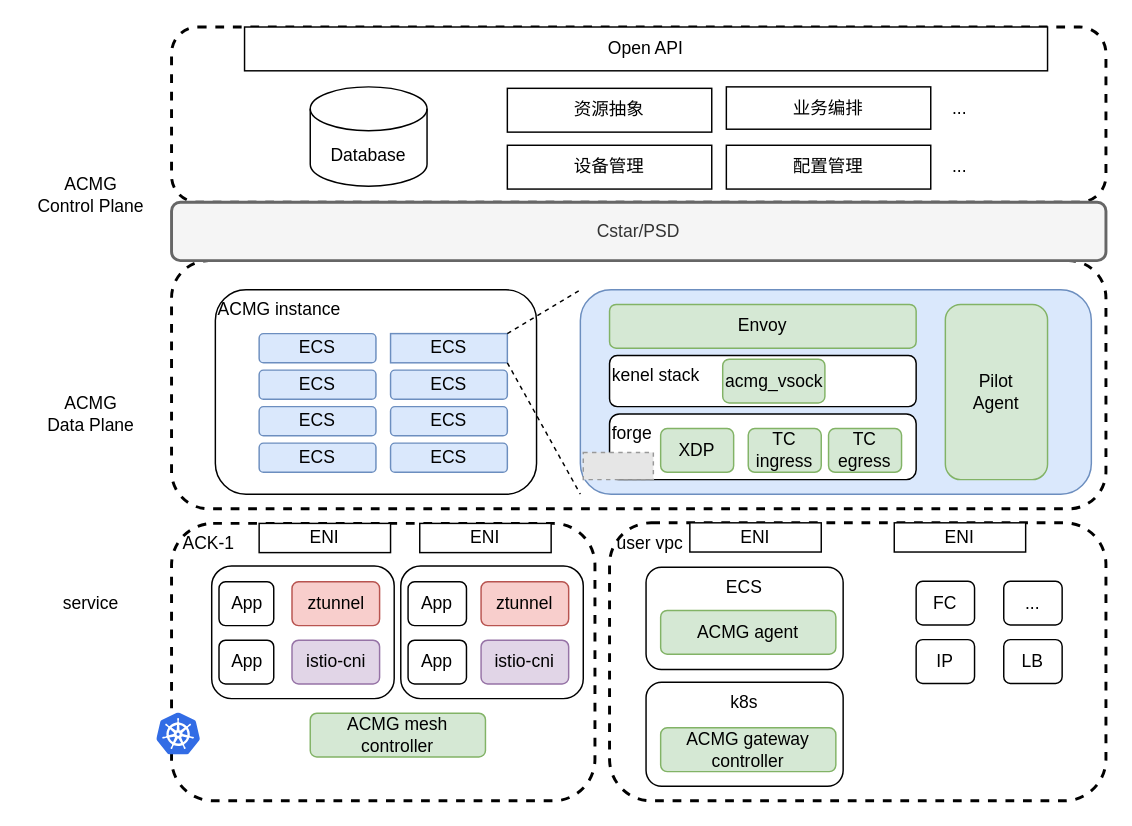
This is acmg 3.0 all.drawio from LuyaoZhong/Figures, a draw.io file, before an edit. Source tidied: cells renumbered, new cells numbered last; positions are measured from the earlier drawing's top-left corner, leaving out a move shared by most shapes. Both pictures are drawn from the tidied source at 146%, with x=0, y=0 at pixel (25, 26). Pictures stored in the file or linked from it are replaced by grey dashed boxes.
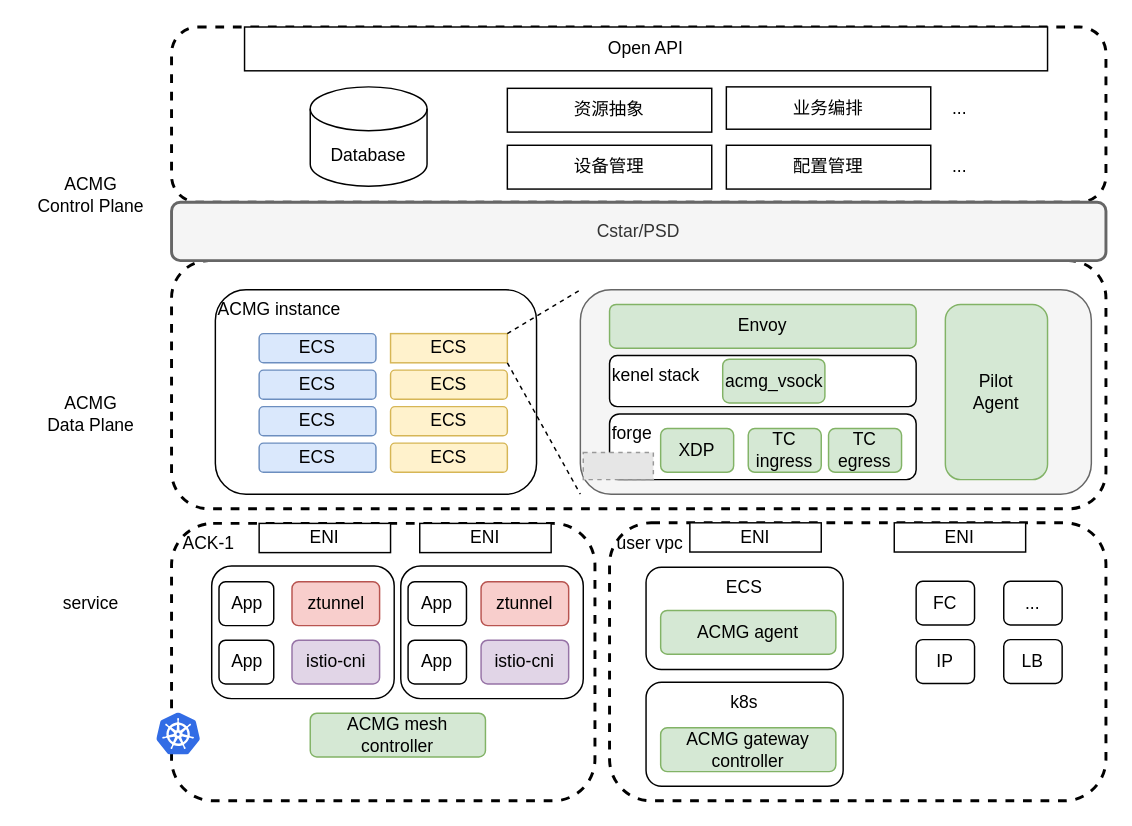
After the change.

The edit, as a diff of the source:
```diff
@@
-    <mxCell id="3" style="rounded=1;whiteSpace=wrap;html=1;fillColor=#dae8fc;strokeColor=#6c8ebf;" parent="1" vertex="1">
+    <mxCell id="3" style="rounded=1;whiteSpace=wrap;html=1;fillColor=#f5f5f5;strokeColor=#666666;fontColor=#333333;" parent="1" vertex="1">
       <mxGeometry x="380" y="180" width="350" height="140" as="geometry" />
     </mxCell>
@@
-    <mxCell id="37" value="ECS" style="rounded=1;whiteSpace=wrap;html=1;fillColor=#dae8fc;strokeColor=#6c8ebf;" parent="1" vertex="1">
+    <mxCell id="37" value="ECS" style="rounded=1;whiteSpace=wrap;html=1;fillColor=#fff2cc;strokeColor=#d6b656;" parent="1" vertex="1">
       <mxGeometry x="250" y="235" width="80" height="20" as="geometry" />
     </mxCell>
@@
-    <mxCell id="39" value="ECS" style="rounded=1;whiteSpace=wrap;html=1;fillColor=#dae8fc;strokeColor=#6c8ebf;" parent="1" vertex="1">
+    <mxCell id="39" value="ECS" style="rounded=1;whiteSpace=wrap;html=1;fillColor=#fff2cc;strokeColor=#d6b656;" parent="1" vertex="1">
       <mxGeometry x="250" y="260" width="80" height="20" as="geometry" />
     </mxCell>
@@
-    <mxCell id="41" value="ECS" style="rounded=1;whiteSpace=wrap;html=1;fillColor=#dae8fc;strokeColor=#6c8ebf;" parent="1" vertex="1">
+    <mxCell id="41" value="ECS" style="rounded=1;whiteSpace=wrap;html=1;fillColor=#fff2cc;strokeColor=#d6b656;" parent="1" vertex="1">
       <mxGeometry x="250" y="285" width="80" height="20" as="geometry" />
     </mxCell>
@@
-    <mxCell id="43" value="ECS" style="rounded=1;whiteSpace=wrap;html=1;arcSize=0;fillColor=#dae8fc;strokeColor=#6c8ebf;" parent="1" vertex="1">
+    <mxCell id="43" value="ECS" style="rounded=1;whiteSpace=wrap;html=1;arcSize=0;fillColor=#fff2cc;strokeColor=#d6b656;" parent="1" vertex="1">
       <mxGeometry x="250" y="210" width="80" height="20" as="geometry" />
     </mxCell>
```
